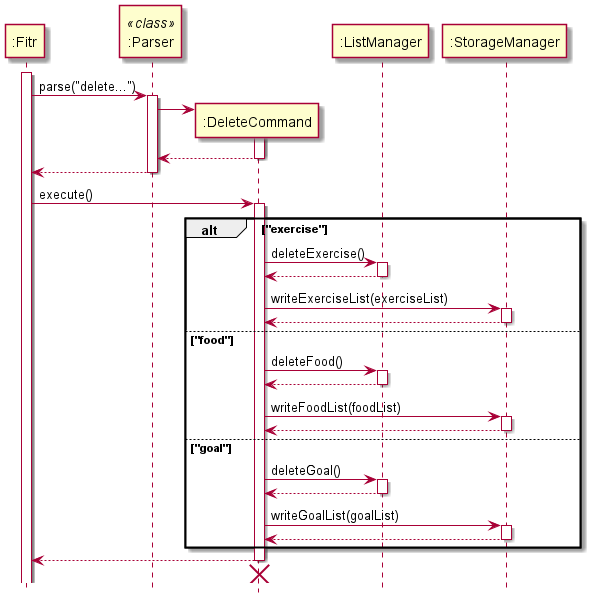
Above: docs/images/DeleteCommandSequenceDiagram.png in nus-cs2113-AY2021S1/tp (PlantUML), before the change.
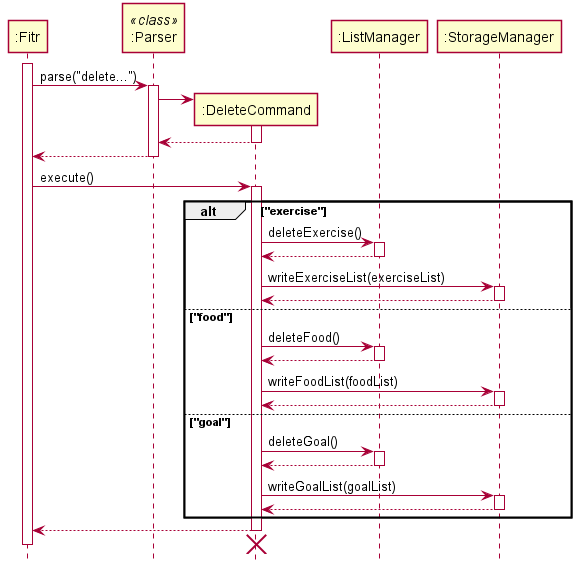
The same diagram one commit later.

Diff of the diagram source:
```diff
@@ -1,4 +1,5 @@
 @startuml
+skinparam Shadowing false
 participant ":Fitr" as Fitr
 participant ":Parser" as Parser <<class>>
 participant ":DeleteCommand" as DeleteCommand
@@ -39,5 +40,6 @@
 deactivate DeleteCommand
 DeleteCommand -[hidden]-> Fitr
 destroy DeleteCommand
+deactivate Fitr
 hide footbox
 @enduml
```
